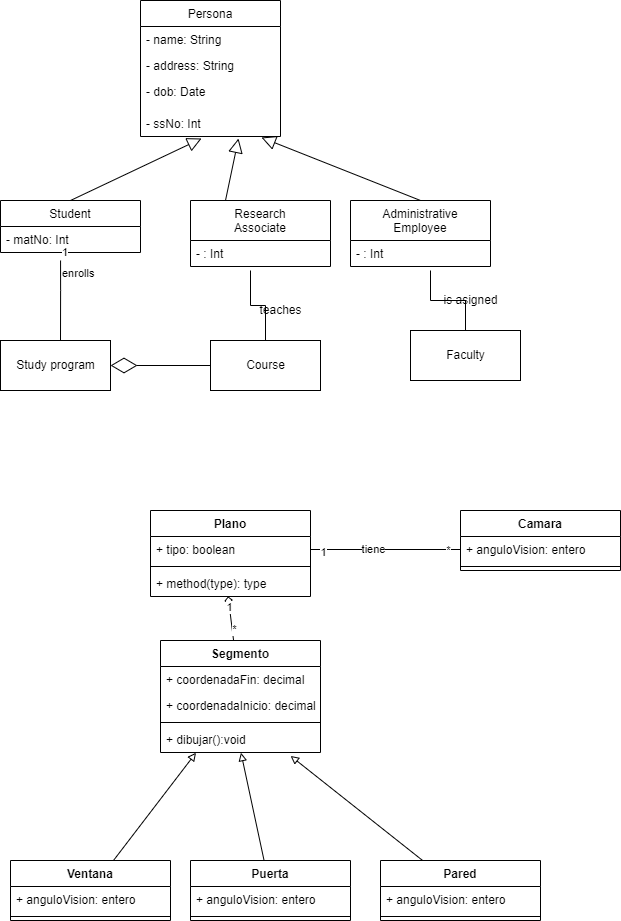
Above: Taller 1: Rediseñar Diagrama de Clases.drawio.png in luisNarvaez20/Diagrama-de-Software (draw.io), before the change. Source tidied: cells renumbered, new cells last; positions are measured from the earlier drawing's top-left corner, leaving out a move shared by most shapes. The source it was exported from:
```xml
<mxGraphModel>
  <root>
    <mxCell id="0" />
    <mxCell id="1" parent="0" />
    <mxCell id="2" value="Student" style="swimlane;fontStyle=0;horizontal=1;startSize=26;fillColor=none;" parent="1" vertex="1">
      <mxGeometry y="200" width="140" height="52" as="geometry" />
    </mxCell>
    <mxCell id="3" value="- matNo: Int" style="text;strokeColor=none;fillColor=none;align=left;verticalAlign=top;spacingLeft=4;spacingRight=4;overflow=hidden;points=[[0,0.5],[1,0.5]];portConstraint=eastwest;" parent="2" vertex="1">
      <mxGeometry y="26" width="140" height="26" as="geometry" />
    </mxCell>
    <mxCell id="4" value="Administrative&#10;Employee" style="swimlane;fontStyle=0;horizontal=1;startSize=40;fillColor=none;" parent="1" vertex="1">
      <mxGeometry x="350" y="200" width="140" height="66" as="geometry" />
    </mxCell>
    <mxCell id="5" value="- : Int" style="text;strokeColor=none;fillColor=none;align=left;verticalAlign=top;spacingLeft=4;spacingRight=4;overflow=hidden;" parent="4" vertex="1">
      <mxGeometry y="40" width="140" height="26" as="geometry" />
    </mxCell>
    <mxCell id="6" value="Research&#10;Associate" style="swimlane;fontStyle=0;horizontal=1;startSize=40;fillColor=none;" parent="1" vertex="1">
      <mxGeometry x="190" y="200" width="140" height="66" as="geometry" />
    </mxCell>
    <mxCell id="7" value="- : Int" style="text;strokeColor=none;fillColor=none;align=left;verticalAlign=top;spacingLeft=4;spacingRight=4;overflow=hidden;" parent="6" vertex="1">
      <mxGeometry y="40" width="140" height="26" as="geometry" />
    </mxCell>
    <mxCell id="8" value="Study program" style="html=1;" parent="1" vertex="1">
      <mxGeometry y="340" width="110" height="50" as="geometry" />
    </mxCell>
    <mxCell id="9" style="edgeStyle=orthogonalEdgeStyle;rounded=0;jettySize=auto;html=1;exitX=0.5;exitY=0;exitDx=0;exitDy=0;endArrow=none;endFill=0;" parent="1" edge="1" source="10">
      <mxGeometry relative="1" as="geometry">
        <mxPoint x="250" y="270" as="targetPoint" />
      </mxGeometry>
    </mxCell>
    <mxCell id="10" value="Course" style="html=1;" parent="1" vertex="1">
      <mxGeometry x="210" y="340" width="110" height="50" as="geometry" />
    </mxCell>
    <mxCell id="11" style="edgeStyle=orthogonalEdgeStyle;rounded=0;jettySize=auto;html=1;exitX=0.5;exitY=0;exitDx=0;exitDy=0;endArrow=none;endFill=0;" parent="1" edge="1" source="12">
      <mxGeometry relative="1" as="geometry">
        <mxPoint x="430" y="270" as="targetPoint" />
      </mxGeometry>
    </mxCell>
    <mxCell id="12" value="Faculty" style="html=1;" parent="1" vertex="1">
      <mxGeometry x="410" y="330" width="110" height="50" as="geometry" />
    </mxCell>
    <mxCell id="13" value="Persona" style="swimlane;fontStyle=0;horizontal=1;startSize=26;fillColor=none;" parent="1" vertex="1">
      <mxGeometry x="140" width="140" height="136" as="geometry" />
    </mxCell>
    <mxCell id="14" value="- name: String" style="text;strokeColor=none;fillColor=none;align=left;verticalAlign=top;spacingLeft=4;spacingRight=4;overflow=hidden;" parent="13" vertex="1">
      <mxGeometry y="26" width="140" height="26" as="geometry" />
    </mxCell>
    <mxCell id="15" value="- address: String" style="text;strokeColor=none;fillColor=none;align=left;verticalAlign=top;spacingLeft=4;spacingRight=4;overflow=hidden;" parent="13" vertex="1">
      <mxGeometry y="52" width="140" height="26" as="geometry" />
    </mxCell>
    <mxCell id="16" value="- dob: Date&#10;" style="text;strokeColor=none;fillColor=none;align=left;verticalAlign=top;spacingLeft=4;spacingRight=4;overflow=hidden;" parent="13" vertex="1">
      <mxGeometry y="78" width="140" height="32" as="geometry" />
    </mxCell>
    <mxCell id="17" value="- ssNo: Int&#10;" style="text;strokeColor=none;fillColor=none;align=left;verticalAlign=top;spacingLeft=4;spacingRight=4;overflow=hidden;points=[[0,0.5],[1,0.5]];portConstraint=eastwest;" parent="13" vertex="1">
      <mxGeometry y="110" width="140" height="26" as="geometry" />
    </mxCell>
    <mxCell id="18" style="endArrow=block;endFill=0;endSize=12;html=1;rounded=0;exitX=0.5;exitY=0;exitDx=0;exitDy=0;entryX=0.436;entryY=1.077;entryDx=0;entryDy=0;entryPerimeter=0;" parent="1" edge="1" source="2" target="17">
      <mxGeometry relative="1" as="geometry" />
    </mxCell>
    <mxCell id="19" style="endArrow=block;endFill=0;endSize=12;html=1;rounded=0;exitX=0.5;exitY=0;exitDx=0;exitDy=0;entryX=0.864;entryY=1.038;entryDx=0;entryDy=0;entryPerimeter=0;" parent="1" edge="1" source="4" target="17">
      <mxGeometry relative="1" as="geometry" />
    </mxCell>
    <mxCell id="20" style="endArrow=block;endFill=0;endSize=12;html=1;rounded=0;exitX=0.25;exitY=0;exitDx=0;exitDy=0;entryX=0.7;entryY=1.077;entryDx=0;entryDy=0;entryPerimeter=0;" parent="1" edge="1" source="6" target="17">
      <mxGeometry relative="1" as="geometry" />
    </mxCell>
    <mxCell id="21" value="enrolls" style="endArrow=none;endFill=0;html=1;edgeStyle=orthogonalEdgeStyle;align=left;verticalAlign=top;rounded=0;exitX=0.429;exitY=1.308;exitDx=0;exitDy=0;exitPerimeter=0;" parent="1" edge="1" source="3">
      <mxGeometry x="-1" relative="1" as="geometry">
        <mxPoint x="60" y="340" as="targetPoint" />
        <Array as="points">
          <mxPoint x="60" y="290" />
          <mxPoint x="60" y="290" />
        </Array>
      </mxGeometry>
    </mxCell>
    <mxCell id="22" value="1" style="edgeLabel;html=1;align=left;verticalAlign=bottom;" parent="21" vertex="1">
      <mxGeometry x="-1" relative="1" as="geometry" />
    </mxCell>
    <mxCell id="23" style="endArrow=diamondThin;endFill=0;endSize=24;html=1;rounded=0;entryX=1;entryY=0.5;entryDx=0;entryDy=0;" parent="1" edge="1" source="10" target="8">
      <mxGeometry relative="1" as="geometry" />
    </mxCell>
    <mxCell id="24" value="teaches" style="text;html=1;align=center;verticalAlign=middle;strokeColor=none;fillColor=none;" parent="1" vertex="1">
      <mxGeometry x="250" y="300" width="60" height="20" as="geometry" />
    </mxCell>
    <mxCell id="25" value="is asigned" style="text;html=1;align=center;verticalAlign=middle;strokeColor=none;fillColor=none;" parent="1" vertex="1">
      <mxGeometry x="435" y="290" width="70" height="20" as="geometry" />
    </mxCell>
    <mxCell id="26" value="Plano" style="swimlane;fontStyle=1;align=center;verticalAlign=top;horizontal=1;startSize=26;" parent="1" vertex="1">
      <mxGeometry x="150" y="510" width="160" height="86" as="geometry" />
    </mxCell>
    <mxCell id="27" value="+ tipo: boolean" style="text;strokeColor=none;fillColor=none;align=left;verticalAlign=top;spacingLeft=4;spacingRight=4;overflow=hidden;points=[[0,0.5],[1,0.5]];portConstraint=eastwest;" parent="26" vertex="1">
      <mxGeometry y="26" width="160" height="26" as="geometry" />
    </mxCell>
    <mxCell id="28" style="line;strokeWidth=1;fillColor=none;align=left;verticalAlign=middle;spacingTop=-1;spacingLeft=3;spacingRight=3;labelPosition=right;" parent="26" vertex="1">
      <mxGeometry y="52" width="160" height="8" as="geometry" />
    </mxCell>
    <mxCell id="29" value="+ method(type): type" style="text;strokeColor=none;fillColor=none;align=left;verticalAlign=top;spacingLeft=4;spacingRight=4;overflow=hidden;points=[[0,0.5],[1,0.5]];portConstraint=eastwest;" parent="26" vertex="1">
      <mxGeometry y="60" width="160" height="26" as="geometry" />
    </mxCell>
    <mxCell id="30" value="Camara" style="swimlane;fontStyle=1;align=center;verticalAlign=top;horizontal=1;startSize=26;" parent="1" vertex="1">
      <mxGeometry x="460" y="510" width="160" height="60" as="geometry" />
    </mxCell>
    <mxCell id="31" value="+ anguloVision: entero" style="text;strokeColor=none;fillColor=none;align=left;verticalAlign=top;spacingLeft=4;spacingRight=4;overflow=hidden;points=[[0,0.5],[1,0.5]];portConstraint=eastwest;" parent="30" vertex="1">
      <mxGeometry y="26" width="160" height="26" as="geometry" />
    </mxCell>
    <mxCell id="32" style="line;strokeWidth=1;fillColor=none;align=left;verticalAlign=middle;spacingTop=-1;spacingLeft=3;spacingRight=3;labelPosition=right;" parent="30" vertex="1">
      <mxGeometry y="52" width="160" height="8" as="geometry" />
    </mxCell>
    <mxCell id="33" style="edgeStyle=orthogonalEdgeStyle;rounded=0;jettySize=auto;html=1;entryX=0;entryY=0.5;entryDx=0;entryDy=0;endArrow=none;endFill=0;" parent="1" edge="1" source="27" target="31">
      <mxGeometry relative="1" as="geometry" />
    </mxCell>
    <mxCell id="34" value="1" style="edgeLabel;html=1;align=center;verticalAlign=middle;" parent="33" vertex="1">
      <mxGeometry x="-0.84" y="-2" relative="1" as="geometry" />
    </mxCell>
    <mxCell id="35" value="*" style="edgeLabel;html=1;align=center;verticalAlign=middle;" parent="33" vertex="1">
      <mxGeometry x="0.82" relative="1" as="geometry" />
    </mxCell>
    <mxCell id="36" value="tiene" style="edgeLabel;html=1;align=center;verticalAlign=middle;" parent="33" vertex="1">
      <mxGeometry x="-0.18" y="1" relative="1" as="geometry" />
    </mxCell>
    <mxCell id="37" style="rounded=0;jettySize=auto;html=1;entryX=0.485;entryY=0.992;entryDx=0;entryDy=0;entryPerimeter=0;endArrow=diamond;endFill=0;" parent="1" edge="1" source="40" target="29">
      <mxGeometry relative="1" as="geometry" />
    </mxCell>
    <mxCell id="38" value="1" style="edgeLabel;html=1;align=center;verticalAlign=middle;" parent="37" vertex="1">
      <mxGeometry x="0.53" relative="1" as="geometry" />
    </mxCell>
    <mxCell id="39" value="*" style="edgeLabel;html=1;align=center;verticalAlign=middle;" parent="37" vertex="1">
      <mxGeometry x="-0.51" y="-2" relative="1" as="geometry" />
    </mxCell>
    <mxCell id="40" value="Segmento" style="swimlane;fontStyle=1;align=center;verticalAlign=top;horizontal=1;startSize=26;" parent="1" vertex="1">
      <mxGeometry x="160" y="640" width="160" height="112" as="geometry" />
    </mxCell>
    <mxCell id="41" value="+ coordenadaFin: decimal" style="text;strokeColor=none;fillColor=none;align=left;verticalAlign=top;spacingLeft=4;spacingRight=4;overflow=hidden;" parent="40" vertex="1">
      <mxGeometry y="26" width="160" height="26" as="geometry" />
    </mxCell>
    <mxCell id="42" value="+ coordenadaInicio: decimal" style="text;strokeColor=none;fillColor=none;align=left;verticalAlign=top;spacingLeft=4;spacingRight=4;overflow=hidden;" parent="40" vertex="1">
      <mxGeometry y="52" width="160" height="26" as="geometry" />
    </mxCell>
    <mxCell id="43" style="line;strokeWidth=1;fillColor=none;align=left;verticalAlign=middle;spacingTop=-1;spacingLeft=3;spacingRight=3;labelPosition=right;" parent="40" vertex="1">
      <mxGeometry y="78" width="160" height="8" as="geometry" />
    </mxCell>
    <mxCell id="44" value="+ dibujar():void" style="text;strokeColor=none;fillColor=none;align=left;verticalAlign=top;spacingLeft=4;spacingRight=4;overflow=hidden;points=[[0,0.5],[1,0.5]];portConstraint=eastwest;" parent="40" vertex="1">
      <mxGeometry y="86" width="160" height="26" as="geometry" />
    </mxCell>
    <mxCell id="45" style="edgeStyle=none;rounded=0;jettySize=auto;html=1;endArrow=block;endFill=0;entryX=0.222;entryY=1.008;entryDx=0;entryDy=0;entryPerimeter=0;" parent="1" edge="1" source="46" target="44">
      <mxGeometry relative="1" as="geometry" />
    </mxCell>
    <mxCell id="46" value="Ventana" style="swimlane;fontStyle=1;align=center;verticalAlign=top;horizontal=1;startSize=26;" parent="1" vertex="1">
      <mxGeometry x="10" y="860" width="160" height="60" as="geometry" />
    </mxCell>
    <mxCell id="47" value="+ anguloVision: entero" style="text;strokeColor=none;fillColor=none;align=left;verticalAlign=top;spacingLeft=4;spacingRight=4;overflow=hidden;" parent="46" vertex="1">
      <mxGeometry y="26" width="160" height="26" as="geometry" />
    </mxCell>
    <mxCell id="48" style="line;strokeWidth=1;fillColor=none;align=left;verticalAlign=middle;spacingTop=-1;spacingLeft=3;spacingRight=3;labelPosition=right;" parent="46" vertex="1">
      <mxGeometry y="52" width="160" height="8" as="geometry" />
    </mxCell>
    <mxCell id="49" style="edgeStyle=none;rounded=0;jettySize=auto;html=1;entryX=0.503;entryY=1.008;entryDx=0;entryDy=0;entryPerimeter=0;endArrow=block;endFill=0;" parent="1" edge="1" source="50" target="44">
      <mxGeometry relative="1" as="geometry" />
    </mxCell>
    <mxCell id="50" value="Puerta" style="swimlane;fontStyle=1;align=center;verticalAlign=top;horizontal=1;startSize=26;" parent="1" vertex="1">
      <mxGeometry x="190" y="860" width="160" height="60" as="geometry" />
    </mxCell>
    <mxCell id="51" value="+ anguloVision: entero" style="text;strokeColor=none;fillColor=none;align=left;verticalAlign=top;spacingLeft=4;spacingRight=4;overflow=hidden;" parent="50" vertex="1">
      <mxGeometry y="26" width="160" height="26" as="geometry" />
    </mxCell>
    <mxCell id="52" style="line;strokeWidth=1;fillColor=none;align=left;verticalAlign=middle;spacingTop=-1;spacingLeft=3;spacingRight=3;labelPosition=right;" parent="50" vertex="1">
      <mxGeometry y="52" width="160" height="8" as="geometry" />
    </mxCell>
    <mxCell id="53" style="edgeStyle=none;rounded=0;jettySize=auto;html=1;endArrow=block;endFill=0;entryX=0.813;entryY=1.131;entryDx=0;entryDy=0;entryPerimeter=0;" parent="1" edge="1" source="54" target="44">
      <mxGeometry relative="1" as="geometry" />
    </mxCell>
    <mxCell id="54" value="Pared" style="swimlane;fontStyle=1;align=center;verticalAlign=top;horizontal=1;startSize=26;" parent="1" vertex="1">
      <mxGeometry x="380" y="860" width="160" height="60" as="geometry" />
    </mxCell>
    <mxCell id="55" value="+ anguloVision: entero" style="text;strokeColor=none;fillColor=none;align=left;verticalAlign=top;spacingLeft=4;spacingRight=4;overflow=hidden;" parent="54" vertex="1">
      <mxGeometry y="26" width="160" height="26" as="geometry" />
    </mxCell>
    <mxCell id="56" style="line;strokeWidth=1;fillColor=none;align=left;verticalAlign=middle;spacingTop=-1;spacingLeft=3;spacingRight=3;labelPosition=right;" parent="54" vertex="1">
      <mxGeometry y="52" width="160" height="8" as="geometry" />
    </mxCell>
  </root>
</mxGraphModel>
```
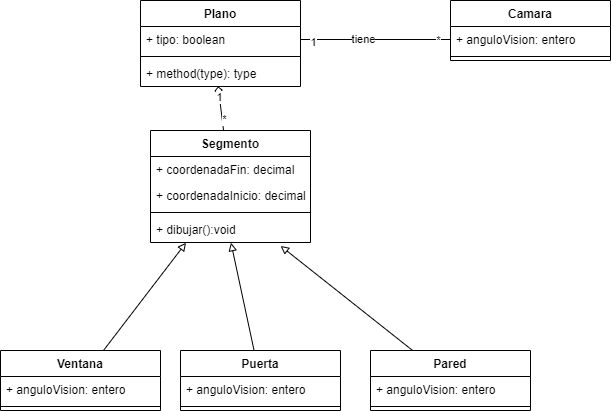
The same file after the commit.

Change to the diagram source:
```diff
@@ -2,88 +2,6 @@
   <root>
     <mxCell id="0" />
     <mxCell id="1" parent="0" />
-    <mxCell id="2" value="Student" style="swimlane;fontStyle=0;horizontal=1;startSize=26;fillColor=none;" parent="1" vertex="1">
-      <mxGeometry y="200" width="140" height="52" as="geometry" />
-    </mxCell>
-    <mxCell id="3" value="- matNo: Int" style="text;strokeColor=none;fillColor=none;align=left;verticalAlign=top;spacingLeft=4;spacingRight=4;overflow=hidden;points=[[0,0.5],[1,0.5]];portConstraint=eastwest;" parent="2" vertex="1">
-      <mxGeometry y="26" width="140" height="26" as="geometry" />
-    </mxCell>
-    <mxCell id="4" value="Administrative&#10;Employee" style="swimlane;fontStyle=0;horizontal=1;startSize=40;fillColor=none;" parent="1" vertex="1">
-      <mxGeometry x="350" y="200" width="140" height="66" as="geometry" />
-    </mxCell>
-    <mxCell id="5" value="- : Int" style="text;strokeColor=none;fillColor=none;align=left;verticalAlign=top;spacingLeft=4;spacingRight=4;overflow=hidden;" parent="4" vertex="1">
-      <mxGeometry y="40" width="140" height="26" as="geometry" />
-    </mxCell>
-    <mxCell id="6" value="Research&#10;Associate" style="swimlane;fontStyle=0;horizontal=1;startSize=40;fillColor=none;" parent="1" vertex="1">
-      <mxGeometry x="190" y="200" width="140" height="66" as="geometry" />
-    </mxCell>
-    <mxCell id="7" value="- : Int" style="text;strokeColor=none;fillColor=none;align=left;verticalAlign=top;spacingLeft=4;spacingRight=4;overflow=hidden;" parent="6" vertex="1">
-      <mxGeometry y="40" width="140" height="26" as="geometry" />
-    </mxCell>
-    <mxCell id="8" value="Study program" style="html=1;" parent="1" vertex="1">
-      <mxGeometry y="340" width="110" height="50" as="geometry" />
-    </mxCell>
-    <mxCell id="9" style="edgeStyle=orthogonalEdgeStyle;rounded=0;jettySize=auto;html=1;exitX=0.5;exitY=0;exitDx=0;exitDy=0;endArrow=none;endFill=0;" parent="1" edge="1" source="10">
-      <mxGeometry relative="1" as="geometry">
-        <mxPoint x="250" y="270" as="targetPoint" />
-      </mxGeometry>
-    </mxCell>
-    <mxCell id="10" value="Course" style="html=1;" parent="1" vertex="1">
-      <mxGeometry x="210" y="340" width="110" height="50" as="geometry" />
-    </mxCell>
-    <mxCell id="11" style="edgeStyle=orthogonalEdgeStyle;rounded=0;jettySize=auto;html=1;exitX=0.5;exitY=0;exitDx=0;exitDy=0;endArrow=none;endFill=0;" parent="1" edge="1" source="12">
-      <mxGeometry relative="1" as="geometry">
-        <mxPoint x="430" y="270" as="targetPoint" />
-      </mxGeometry>
-    </mxCell>
-    <mxCell id="12" value="Faculty" style="html=1;" parent="1" vertex="1">
-      <mxGeometry x="410" y="330" width="110" height="50" as="geometry" />
-    </mxCell>
-    <mxCell id="13" value="Persona" style="swimlane;fontStyle=0;horizontal=1;startSize=26;fillColor=none;" parent="1" vertex="1">
-      <mxGeometry x="140" width="140" height="136" as="geometry" />
-    </mxCell>
-    <mxCell id="14" value="- name: String" style="text;strokeColor=none;fillColor=none;align=left;verticalAlign=top;spacingLeft=4;spacingRight=4;overflow=hidden;" parent="13" vertex="1">
-      <mxGeometry y="26" width="140" height="26" as="geometry" />
-    </mxCell>
-    <mxCell id="15" value="- address: String" style="text;strokeColor=none;fillColor=none;align=left;verticalAlign=top;spacingLeft=4;spacingRight=4;overflow=hidden;" parent="13" vertex="1">
-      <mxGeometry y="52" width="140" height="26" as="geometry" />
-    </mxCell>
-    <mxCell id="16" value="- dob: Date&#10;" style="text;strokeColor=none;fillColor=none;align=left;verticalAlign=top;spacingLeft=4;spacingRight=4;overflow=hidden;" parent="13" vertex="1">
-      <mxGeometry y="78" width="140" height="32" as="geometry" />
-    </mxCell>
-    <mxCell id="17" value="- ssNo: Int&#10;" style="text;strokeColor=none;fillColor=none;align=left;verticalAlign=top;spacingLeft=4;spacingRight=4;overflow=hidden;points=[[0,0.5],[1,0.5]];portConstraint=eastwest;" parent="13" vertex="1">
-      <mxGeometry y="110" width="140" height="26" as="geometry" />
-    </mxCell>
-    <mxCell id="18" style="endArrow=block;endFill=0;endSize=12;html=1;rounded=0;exitX=0.5;exitY=0;exitDx=0;exitDy=0;entryX=0.436;entryY=1.077;entryDx=0;entryDy=0;entryPerimeter=0;" parent="1" edge="1" source="2" target="17">
-      <mxGeometry relative="1" as="geometry" />
-    </mxCell>
-    <mxCell id="19" style="endArrow=block;endFill=0;endSize=12;html=1;rounded=0;exitX=0.5;exitY=0;exitDx=0;exitDy=0;entryX=0.864;entryY=1.038;entryDx=0;entryDy=0;entryPerimeter=0;" parent="1" edge="1" source="4" target="17">
-      <mxGeometry relative="1" as="geometry" />
-    </mxCell>
-    <mxCell id="20" style="endArrow=block;endFill=0;endSize=12;html=1;rounded=0;exitX=0.25;exitY=0;exitDx=0;exitDy=0;entryX=0.7;entryY=1.077;entryDx=0;entryDy=0;entryPerimeter=0;" parent="1" edge="1" source="6" target="17">
-      <mxGeometry relative="1" as="geometry" />
-    </mxCell>
-    <mxCell id="21" value="enrolls" style="endArrow=none;endFill=0;html=1;edgeStyle=orthogonalEdgeStyle;align=left;verticalAlign=top;rounded=0;exitX=0.429;exitY=1.308;exitDx=0;exitDy=0;exitPerimeter=0;" parent="1" edge="1" source="3">
-      <mxGeometry x="-1" relative="1" as="geometry">
-        <mxPoint x="60" y="340" as="targetPoint" />
-        <Array as="points">
-          <mxPoint x="60" y="290" />
-          <mxPoint x="60" y="290" />
-        </Array>
-      </mxGeometry>
-    </mxCell>
-    <mxCell id="22" value="1" style="edgeLabel;html=1;align=left;verticalAlign=bottom;" parent="21" vertex="1">
-      <mxGeometry x="-1" relative="1" as="geometry" />
-    </mxCell>
-    <mxCell id="23" style="endArrow=diamondThin;endFill=0;endSize=24;html=1;rounded=0;entryX=1;entryY=0.5;entryDx=0;entryDy=0;" parent="1" edge="1" source="10" target="8">
-      <mxGeometry relative="1" as="geometry" />
-    </mxCell>
-    <mxCell id="24" value="teaches" style="text;html=1;align=center;verticalAlign=middle;strokeColor=none;fillColor=none;" parent="1" vertex="1">
-      <mxGeometry x="250" y="300" width="60" height="20" as="geometry" />
-    </mxCell>
-    <mxCell id="25" value="is asigned" style="text;html=1;align=center;verticalAlign=middle;strokeColor=none;fillColor=none;" parent="1" vertex="1">
-      <mxGeometry x="435" y="290" width="70" height="20" as="geometry" />
-    </mxCell>
     <mxCell id="26" value="Plano" style="swimlane;fontStyle=1;align=center;verticalAlign=top;horizontal=1;startSize=26;" parent="1" vertex="1">
       <mxGeometry x="150" y="510" width="160" height="86" as="geometry" />
     </mxCell>
```
